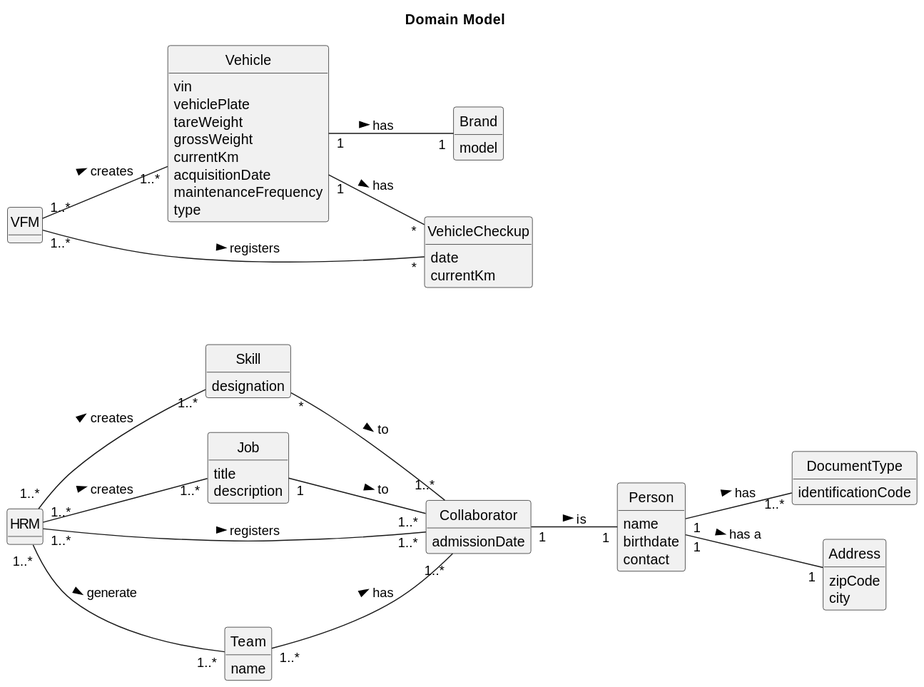
The PlantUML diagram docs/sprintB/global-artifacts/02.analysis/svg/project-domain-model.svg in ricardomm7/leaflink, before a commit.
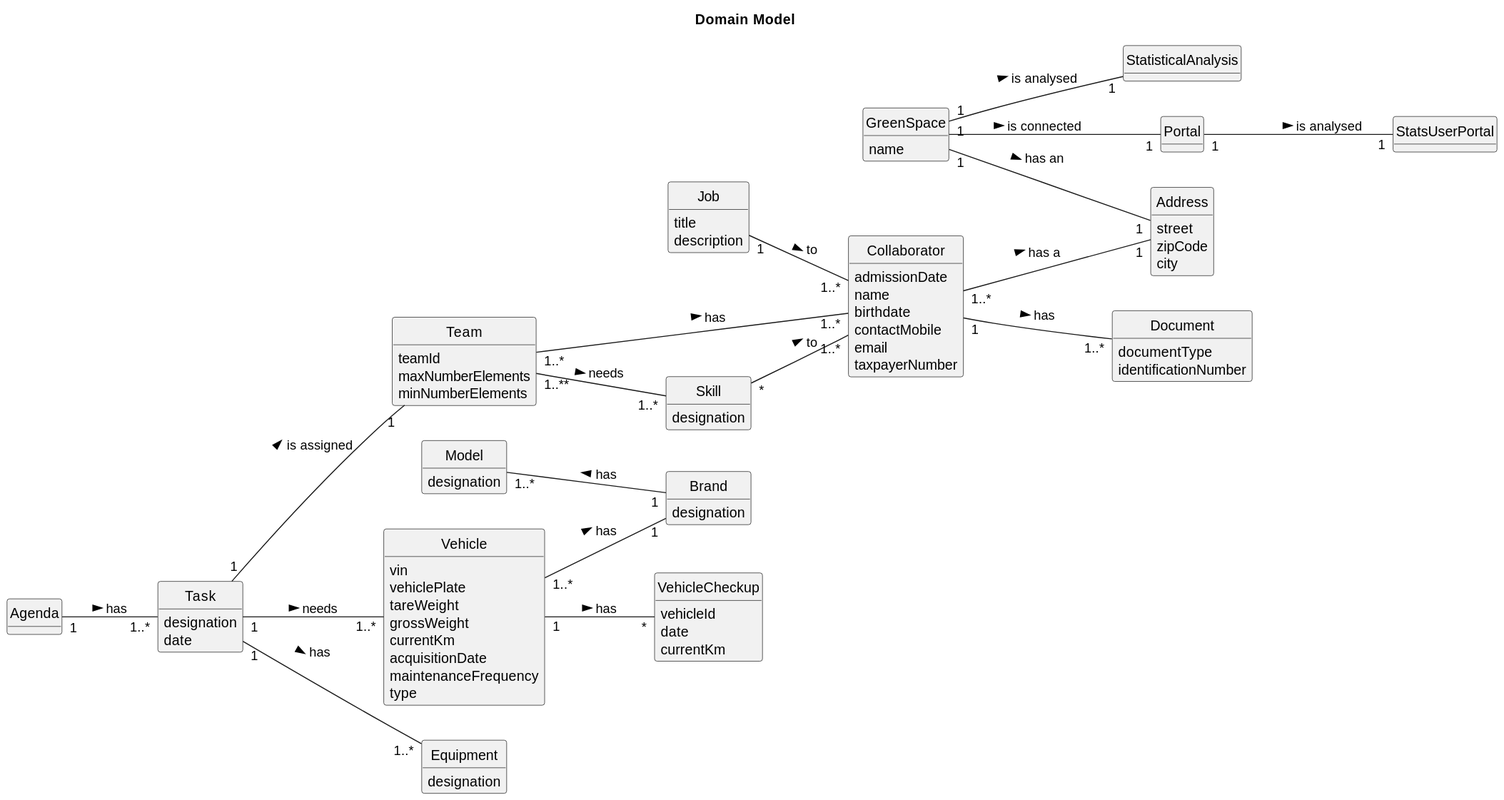
After the change.

Diff of the diagram source:
```diff
@@ -8,12 +8,6 @@
 left to right direction
 
 title Domain Model
-
-class HRM {
-}
-
-class VFM{
-}
 
 class Skill {
     designation
@@ -26,15 +20,23 @@
 
 class Collaborator {
     admissionDate
+    name
+    birthdate
+    contactMobile
+    email
+    taxpayerNumber
 }
 
-class DocumentType{
-    identificationCode
+class Document{
+    documentType
+    identificationNumber
 }
 
 
 class Team {
-    name
+    teamId
+    maxNumberElements
+    minNumberElements
 }
 
 class Vehicle {
@@ -49,47 +51,86 @@
 }
 
 class Brand{
-    model
+    designation
+}
+
+class Model{
+    designation
 }
 
 class VehicleCheckup{
+    vehicleId
     date
     currentKm
 }
 
-class Person {
-    name
-    birthdate
-    contact
-}
 
 class Address{
+    street
     zipCode
     city
 }
 
-Vehicle "1" -- "1" Brand : has >
+class StatisticalAnalysis{
+}
 
-HRM "1..*" -- "1..*" Skill : creates >
+class StatsUserPortal{
+}
 
-HRM "1..*" -- "1..*" Job : creates >
 
-Collaborator  "1" -- "1"  Person : is >
-Person "1" -- "1..*" DocumentType : has >
-HRM "1..*" -- "1..*" Collaborator : registers >
+class GreenSpace{
+    name
+}
+
+class Task{
+    designation
+    date
+}
+
+class Equipment{
+    designation
+}
+
+class Agenda{
+}
+
+class Portal{
+}
+
+Vehicle "1..*" -- "1" Brand : has >
+
+Model "1..*" -- "1" Brand : has <
+
+Collaborator "1" -- "1..*" Document : has >
+
 Job "1" -- "1..*" Collaborator : to >
 
+
 Skill "*" -- "1..*" Collaborator : to >
+Team "1..**" -- "1..*" Skill : needs >
 
-HRM "1..*" -- "1..*" Team: generate   >
+
 Team "1..*" -- "1..*" Collaborator : has >
 
-VFM "1..*" -- "1..*" Vehicle : creates  >
-
-VFM "1..*" -- "*" VehicleCheckup : registers >
 
 Vehicle "1" -- "*" VehicleCheckup : has >
 
 
-Person "1" -- "1" Address : has a >
+Collaborator "1..*" -- "1" Address : has a >
+
+GreenSpace "1" -- "1" StatisticalAnalysis : is analysed >
+
+GreenSpace "1" -- "1" Address : has an >
+
+Task "1" -- "1..*" Vehicle : needs >
+
+Task "1" -- "1" Team : is assigned >
+
+Task "1" -- "1..*" Equipment : has >
+
+GreenSpace "1" -- "1" Portal : is connected >
+
+Portal "1" -- "1" StatsUserPortal : is analysed >
+
+Agenda "1" -- "1..*" Task : has >
 @enduml
```
